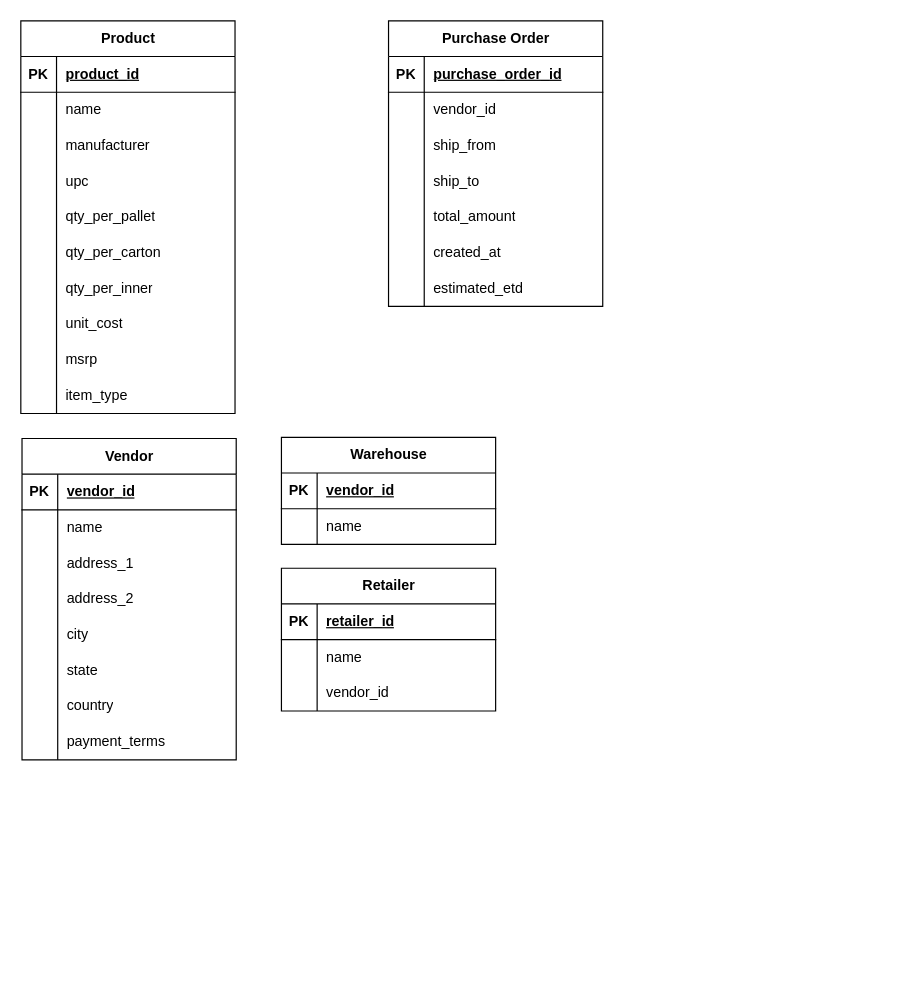
Before: Database.drawio in seunghoonkim1/Database, a draw.io diagram. Source tidied: cells renumbered, new cells numbered last; positions are measured from the earlier drawing's top-left corner, leaving out a move shared by most shapes. Both pictures are drawn from the tidied source at 119%, with x=0, y=0 at pixel (20, 20).
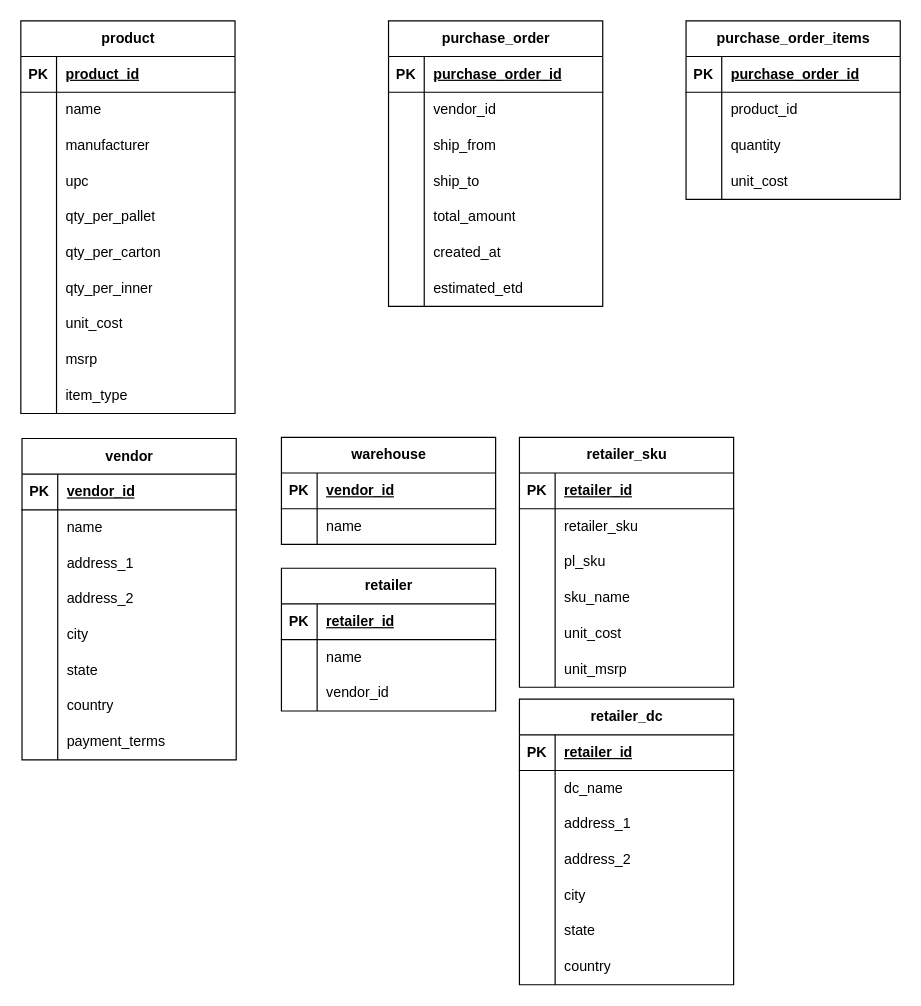
The same diagram, later.

Change to the diagram source:
```diff
@@
-    <mxCell id="2" value="Purchase Order" style="shape=table;startSize=30;childLayout=tableLayout;rowLines=0;fontStyle=1;align=center;html=1;" parent="1" vertex="1">
+    <mxCell id="2" value="purchase_order" style="shape=table;startSize=30;childLayout=tableLayout;rowLines=0;fontStyle=1;align=center;html=1;" parent="1" vertex="1">
       <mxGeometry x="309" width="180" height="240" as="geometry" />
     </mxCell>
@@
-    <mxCell id="24" value="Product" style="shape=table;startSize=30;childLayout=tableLayout;rowLines=0;fontStyle=1;align=center;html=1;" parent="1" vertex="1">
+    <mxCell id="24" value="product" style="shape=table;startSize=30;childLayout=tableLayout;rowLines=0;fontStyle=1;align=center;html=1;" parent="1" vertex="1">
       <mxGeometry width="180" height="330" as="geometry" />
     </mxCell>
@@
-    <mxCell id="55" value="Vendor" style="shape=table;startSize=30;childLayout=tableLayout;rowLines=0;fontStyle=1;align=center;html=1;" parent="1" vertex="1">
+    <mxCell id="55" value="vendor" style="shape=table;startSize=30;childLayout=tableLayout;rowLines=0;fontStyle=1;align=center;html=1;" parent="1" vertex="1">
       <mxGeometry x="1" y="351" width="180" height="270" as="geometry" />
     </mxCell>
@@
-    <mxCell id="80" value="Warehouse" style="shape=table;startSize=30;childLayout=tableLayout;rowLines=0;fontStyle=1;align=center;html=1;" parent="1" vertex="1">
+    <mxCell id="80" value="warehouse" style="shape=table;startSize=30;childLayout=tableLayout;rowLines=0;fontStyle=1;align=center;html=1;" parent="1" vertex="1">
       <mxGeometry x="219" y="350" width="180" height="90" as="geometry" />
     </mxCell>
@@
-    <mxCell id="87" value="Retailer" style="shape=table;startSize=30;childLayout=tableLayout;rowLines=0;fontStyle=1;align=center;html=1;" parent="1" vertex="1">
+    <mxCell id="87" value="retailer" style="shape=table;startSize=30;childLayout=tableLayout;rowLines=0;fontStyle=1;align=center;html=1;" parent="1" vertex="1">
       <mxGeometry x="219" y="460" width="180" height="120" as="geometry" />
     </mxCell>
@@
+    <mxCell id="97" value="retailer_sku" style="shape=table;startSize=30;childLayout=tableLayout;rowLines=0;fontStyle=1;align=center;html=1;" parent="1" vertex="1">
+      <mxGeometry x="419" y="350" width="180" height="210" as="geometry" />
+    </mxCell>
+    <mxCell id="98" style="shape=tableRow;horizontal=0;startSize=0;swimlaneHead=0;swimlaneBody=0;fillColor=none;top=0;left=0;right=0;bottom=1;" parent="97" vertex="1">
+      <mxGeometry y="30" width="180" height="30" as="geometry" />
+    </mxCell>
+    <mxCell id="99" value="PK" style="shape=partialRectangle;fillColor=none;top=0;left=0;bottom=0;right=0;fontStyle=1;overflow=hidden;whiteSpace=wrap;html=1;" parent="98" vertex="1">
+      <mxGeometry width="30" height="30" as="geometry" />
+    </mxCell>
+    <mxCell id="100" value="retailer_id" style="shape=partialRectangle;fillColor=none;top=0;left=0;bottom=0;right=0;align=left;spacingLeft=6;fontStyle=5;overflow=hidden;whiteSpace=wrap;html=1;" parent="98" vertex="1">
+      <mxGeometry x="30" width="150" height="30" as="geometry" />
+    </mxCell>
+    <mxCell id="101" style="shape=tableRow;horizontal=0;startSize=0;swimlaneHead=0;swimlaneBody=0;fillColor=none;top=0;left=0;right=0;bottom=0;" parent="97" vertex="1">
+      <mxGeometry y="60" width="180" height="30" as="geometry" />
+    </mxCell>
+    <mxCell id="102" style="shape=partialRectangle;fillColor=none;top=0;left=0;bottom=0;right=0;overflow=hidden;whiteSpace=wrap;html=1;" parent="101" vertex="1">
+      <mxGeometry width="30" height="30" as="geometry" />
+    </mxCell>
+    <mxCell id="103" value="retailer_sku" style="shape=partialRectangle;fillColor=none;top=0;left=0;bottom=0;right=0;align=left;spacingLeft=6;overflow=hidden;whiteSpace=wrap;html=1;" parent="101" vertex="1">
+      <mxGeometry x="30" width="150" height="30" as="geometry" />
+    </mxCell>
+    <mxCell id="104" style="shape=tableRow;horizontal=0;startSize=0;swimlaneHead=0;swimlaneBody=0;fillColor=none;top=0;left=0;right=0;bottom=0;" parent="97" vertex="1">
+      <mxGeometry y="90" width="180" height="30" as="geometry" />
+    </mxCell>
+    <mxCell id="105" style="shape=partialRectangle;fillColor=none;top=0;left=0;bottom=0;right=0;overflow=hidden;whiteSpace=wrap;html=1;" parent="104" vertex="1">
+      <mxGeometry width="30" height="30" as="geometry" />
+    </mxCell>
+    <mxCell id="106" value="pl_sku" style="shape=partialRectangle;fillColor=none;top=0;left=0;bottom=0;right=0;align=left;spacingLeft=6;overflow=hidden;whiteSpace=wrap;html=1;" parent="104" vertex="1">
+      <mxGeometry x="30" width="150" height="30" as="geometry" />
+    </mxCell>
+    <mxCell id="107" style="shape=tableRow;horizontal=0;startSize=0;swimlaneHead=0;swimlaneBody=0;fillColor=none;top=0;left=0;right=0;bottom=0;" parent="97" vertex="1">
+      <mxGeometry y="120" width="180" height="30" as="geometry" />
+    </mxCell>
+    <mxCell id="108" style="shape=partialRectangle;fillColor=none;top=0;left=0;bottom=0;right=0;overflow=hidden;whiteSpace=wrap;html=1;" parent="107" vertex="1">
+      <mxGeometry width="30" height="30" as="geometry" />
+    </mxCell>
+    <mxCell id="109" value="sku_name" style="shape=partialRectangle;fillColor=none;top=0;left=0;bottom=0;right=0;align=left;spacingLeft=6;overflow=hidden;whiteSpace=wrap;html=1;" parent="107" vertex="1">
+      <mxGeometry x="30" width="150" height="30" as="geometry" />
+    </mxCell>
+    <mxCell id="110" style="shape=tableRow;horizontal=0;startSize=0;swimlaneHead=0;swimlaneBody=0;fillColor=none;top=0;left=0;right=0;bottom=0;" parent="97" vertex="1">
+      <mxGeometry y="150" width="180" height="30" as="geometry" />
+    </mxCell>
+    <mxCell id="111" style="shape=partialRectangle;fillColor=none;top=0;left=0;bottom=0;right=0;overflow=hidden;whiteSpace=wrap;html=1;" parent="110" vertex="1">
+      <mxGeometry width="30" height="30" as="geometry" />
+    </mxCell>
+    <mxCell id="112" value="unit_cost" style="shape=partialRectangle;fillColor=none;top=0;left=0;bottom=0;right=0;align=left;spacingLeft=6;overflow=hidden;whiteSpace=wrap;html=1;" parent="110" vertex="1">
+      <mxGeometry x="30" width="150" height="30" as="geometry" />
+    </mxCell>
+    <mxCell id="113" style="shape=tableRow;horizontal=0;startSize=0;swimlaneHead=0;swimlaneBody=0;fillColor=none;top=0;left=0;right=0;bottom=0;" parent="97" vertex="1">
+      <mxGeometry y="180" width="180" height="30" as="geometry" />
+    </mxCell>
+    <mxCell id="114" style="shape=partialRectangle;fillColor=none;top=0;left=0;bottom=0;right=0;overflow=hidden;whiteSpace=wrap;html=1;" parent="113" vertex="1">
+      <mxGeometry width="30" height="30" as="geometry" />
+    </mxCell>
+    <mxCell id="115" value="unit_msrp" style="shape=partialRectangle;fillColor=none;top=0;left=0;bottom=0;right=0;align=left;spacingLeft=6;overflow=hidden;whiteSpace=wrap;html=1;" parent="113" vertex="1">
+      <mxGeometry x="30" width="150" height="30" as="geometry" />
+    </mxCell>
+    <mxCell id="116" value="retailer_dc" style="shape=table;startSize=30;childLayout=tableLayout;rowLines=0;fontStyle=1;align=center;html=1;" parent="1" vertex="1">
+      <mxGeometry x="419" y="570" width="180" height="240" as="geometry" />
+    </mxCell>
+    <mxCell id="117" style="shape=tableRow;horizontal=0;startSize=0;swimlaneHead=0;swimlaneBody=0;fillColor=none;top=0;left=0;right=0;bottom=1;" parent="116" vertex="1">
+      <mxGeometry y="30" width="180" height="30" as="geometry" />
+    </mxCell>
+    <mxCell id="118" value="PK" style="shape=partialRectangle;fillColor=none;top=0;left=0;bottom=0;right=0;fontStyle=1;overflow=hidden;whiteSpace=wrap;html=1;" parent="117" vertex="1">
+      <mxGeometry width="30" height="30" as="geometry" />
+    </mxCell>
+    <mxCell id="119" value="retailer_id" style="shape=partialRectangle;fillColor=none;top=0;left=0;bottom=0;right=0;align=left;spacingLeft=6;fontStyle=5;overflow=hidden;whiteSpace=wrap;html=1;" parent="117" vertex="1">
+      <mxGeometry x="30" width="150" height="30" as="geometry" />
+    </mxCell>
+    <mxCell id="120" style="shape=tableRow;horizontal=0;startSize=0;swimlaneHead=0;swimlaneBody=0;fillColor=none;top=0;left=0;right=0;bottom=0;" parent="116" vertex="1">
+      <mxGeometry y="60" width="180" height="30" as="geometry" />
+    </mxCell>
+    <mxCell id="121" style="shape=partialRectangle;fillColor=none;top=0;left=0;bottom=0;right=0;overflow=hidden;whiteSpace=wrap;html=1;" parent="120" vertex="1">
+      <mxGeometry width="30" height="30" as="geometry" />
+    </mxCell>
+    <mxCell id="122" value="dc_name" style="shape=partialRectangle;fillColor=none;top=0;left=0;bottom=0;right=0;align=left;spacingLeft=6;overflow=hidden;whiteSpace=wrap;html=1;" parent="120" vertex="1">
+      <mxGeometry x="30" width="150" height="30" as="geometry" />
+    </mxCell>
+    <mxCell id="123" style="shape=tableRow;horizontal=0;startSize=0;swimlaneHead=0;swimlaneBody=0;fillColor=none;top=0;left=0;right=0;bottom=0;" parent="116" vertex="1">
+      <mxGeometry y="90" width="180" height="30" as="geometry" />
+    </mxCell>
+    <mxCell id="124" style="shape=partialRectangle;fillColor=none;top=0;left=0;bottom=0;right=0;overflow=hidden;whiteSpace=wrap;html=1;" parent="123" vertex="1">
+      <mxGeometry width="30" height="30" as="geometry" />
+    </mxCell>
+    <mxCell id="125" value="address_1" style="shape=partialRectangle;fillColor=none;top=0;left=0;bottom=0;right=0;align=left;spacingLeft=6;overflow=hidden;whiteSpace=wrap;html=1;" parent="123" vertex="1">
+      <mxGeometry x="30" width="150" height="30" as="geometry" />
+    </mxCell>
+    <mxCell id="126" style="shape=tableRow;horizontal=0;startSize=0;swimlaneHead=0;swimlaneBody=0;fillColor=none;top=0;left=0;right=0;bottom=0;" parent="116" vertex="1">
+      <mxGeometry y="120" width="180" height="30" as="geometry" />
+    </mxCell>
+    <mxCell id="127" style="shape=partialRectangle;fillColor=none;top=0;left=0;bottom=0;right=0;overflow=hidden;whiteSpace=wrap;html=1;" parent="126" vertex="1">
+      <mxGeometry width="30" height="30" as="geometry" />
+    </mxCell>
+    <mxCell id="128" value="address_2" style="shape=partialRectangle;fillColor=none;top=0;left=0;bottom=0;right=0;align=left;spacingLeft=6;overflow=hidden;whiteSpace=wrap;html=1;" parent="126" vertex="1">
+      <mxGeometry x="30" width="150" height="30" as="geometry" />
+    </mxCell>
+    <mxCell id="129" style="shape=tableRow;horizontal=0;startSize=0;swimlaneHead=0;swimlaneBody=0;fillColor=none;top=0;left=0;right=0;bottom=0;" parent="116" vertex="1">
+      <mxGeometry y="150" width="180" height="30" as="geometry" />
+    </mxCell>
+    <mxCell id="130" style="shape=partialRectangle;fillColor=none;top=0;left=0;bottom=0;right=0;overflow=hidden;whiteSpace=wrap;html=1;" parent="129" vertex="1">
+      <mxGeometry width="30" height="30" as="geometry" />
+    </mxCell>
+    <mxCell id="131" value="city" style="shape=partialRectangle;fillColor=none;top=0;left=0;bottom=0;right=0;align=left;spacingLeft=6;overflow=hidden;whiteSpace=wrap;html=1;" parent="129" vertex="1">
+      <mxGeometry x="30" width="150" height="30" as="geometry" />
+    </mxCell>
+    <mxCell id="132" style="shape=tableRow;horizontal=0;startSize=0;swimlaneHead=0;swimlaneBody=0;fillColor=none;top=0;left=0;right=0;bottom=0;" parent="116" vertex="1">
+      <mxGeometry y="180" width="180" height="30" as="geometry" />
+    </mxCell>
+    <mxCell id="133" style="shape=partialRectangle;fillColor=none;top=0;left=0;bottom=0;right=0;overflow=hidden;whiteSpace=wrap;html=1;" parent="132" vertex="1">
+      <mxGeometry width="30" height="30" as="geometry" />
+    </mxCell>
+    <mxCell id="134" value="state" style="shape=partialRectangle;fillColor=none;top=0;left=0;bottom=0;right=0;align=left;spacingLeft=6;overflow=hidden;whiteSpace=wrap;html=1;" parent="132" vertex="1">
+      <mxGeometry x="30" width="150" height="30" as="geometry" />
+    </mxCell>
+    <mxCell id="135" style="shape=tableRow;horizontal=0;startSize=0;swimlaneHead=0;swimlaneBody=0;fillColor=none;top=0;left=0;right=0;bottom=0;" parent="116" vertex="1">
+      <mxGeometry y="210" width="180" height="30" as="geometry" />
+    </mxCell>
+    <mxCell id="136" style="shape=partialRectangle;fillColor=none;top=0;left=0;bottom=0;right=0;overflow=hidden;whiteSpace=wrap;html=1;" parent="135" vertex="1">
+      <mxGeometry width="30" height="30" as="geometry" />
+    </mxCell>
+    <mxCell id="137" value="country" style="shape=partialRectangle;fillColor=none;top=0;left=0;bottom=0;right=0;align=left;spacingLeft=6;overflow=hidden;whiteSpace=wrap;html=1;" parent="135" vertex="1">
+      <mxGeometry x="30" width="150" height="30" as="geometry" />
+    </mxCell>
+    <mxCell id="138" value="purchase_order_items" style="shape=table;startSize=30;childLayout=tableLayout;rowLines=0;fontStyle=1;align=center;html=1;" parent="1" vertex="1">
+      <mxGeometry x="559" width="180" height="150" as="geometry" />
+    </mxCell>
+    <mxCell id="139" style="shape=tableRow;horizontal=0;startSize=0;swimlaneHead=0;swimlaneBody=0;fillColor=none;top=0;left=0;right=0;bottom=1;" parent="138" vertex="1">
+      <mxGeometry y="30" width="180" height="30" as="geometry" />
+    </mxCell>
+    <mxCell id="140" value="PK" style="shape=partialRectangle;fillColor=none;top=0;left=0;bottom=0;right=0;fontStyle=1;overflow=hidden;whiteSpace=wrap;html=1;" parent="139" vertex="1">
+      <mxGeometry width="30" height="30" as="geometry" />
+    </mxCell>
+    <mxCell id="141" value="purchase_order_id" style="shape=partialRectangle;fillColor=none;top=0;left=0;bottom=0;right=0;align=left;spacingLeft=6;fontStyle=5;overflow=hidden;whiteSpace=wrap;html=1;" parent="139" vertex="1">
+      <mxGeometry x="30" width="150" height="30" as="geometry" />
+    </mxCell>
+    <mxCell id="142" style="shape=tableRow;horizontal=0;startSize=0;swimlaneHead=0;swimlaneBody=0;fillColor=none;top=0;left=0;right=0;bottom=0;" parent="138" vertex="1">
+      <mxGeometry y="60" width="180" height="30" as="geometry" />
+    </mxCell>
+    <mxCell id="143" style="shape=partialRectangle;fillColor=none;top=0;left=0;bottom=0;right=0;overflow=hidden;whiteSpace=wrap;html=1;" parent="142" vertex="1">
+      <mxGeometry width="30" height="30" as="geometry" />
+    </mxCell>
+    <mxCell id="144" value="product_id" style="shape=partialRectangle;fillColor=none;top=0;left=0;bottom=0;right=0;align=left;spacingLeft=6;overflow=hidden;whiteSpace=wrap;html=1;" parent="142" vertex="1">
+      <mxGeometry x="30" width="150" height="30" as="geometry" />
+    </mxCell>
+    <mxCell id="145" style="shape=tableRow;horizontal=0;startSize=0;swimlaneHead=0;swimlaneBody=0;fillColor=none;top=0;left=0;right=0;bottom=0;" parent="138" vertex="1">
+      <mxGeometry y="90" width="180" height="30" as="geometry" />
+    </mxCell>
+    <mxCell id="146" style="shape=partialRectangle;fillColor=none;top=0;left=0;bottom=0;right=0;overflow=hidden;whiteSpace=wrap;html=1;" parent="145" vertex="1">
+      <mxGeometry width="30" height="30" as="geometry" />
+    </mxCell>
+    <mxCell id="147" value="quantity" style="shape=partialRectangle;fillColor=none;top=0;left=0;bottom=0;right=0;align=left;spacingLeft=6;overflow=hidden;whiteSpace=wrap;html=1;" parent="145" vertex="1">
+      <mxGeometry x="30" width="150" height="30" as="geometry" />
+    </mxCell>
+    <mxCell id="148" style="shape=tableRow;horizontal=0;startSize=0;swimlaneHead=0;swimlaneBody=0;fillColor=none;top=0;left=0;right=0;bottom=0;" parent="138" vertex="1">
+      <mxGeometry y="120" width="180" height="30" as="geometry" />
+    </mxCell>
+    <mxCell id="149" style="shape=partialRectangle;fillColor=none;top=0;left=0;bottom=0;right=0;overflow=hidden;whiteSpace=wrap;html=1;" parent="148" vertex="1">
+      <mxGeometry width="30" height="30" as="geometry" />
+    </mxCell>
+    <mxCell id="150" value="unit_cost" style="shape=partialRectangle;fillColor=none;top=0;left=0;bottom=0;right=0;align=left;spacingLeft=6;overflow=hidden;whiteSpace=wrap;html=1;" parent="148" vertex="1">
+      <mxGeometry x="30" width="150" height="30" as="geometry" />
+    </mxCell>
```
